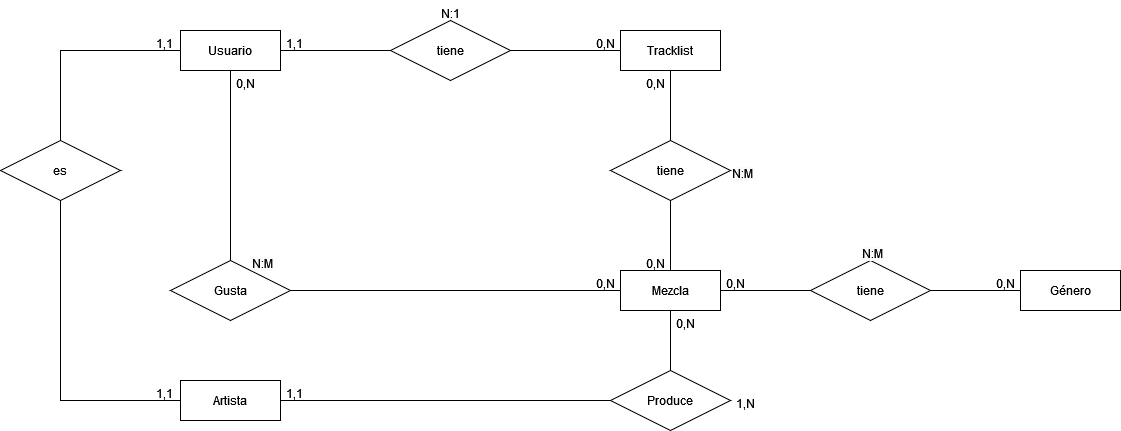
Earlier version of the draw.io export assets/img/Diagrama Entidad Relación GrooveBox.png (LukaLaKuka/GrooveBox). Source tidied: cells renumbered, new cells last; positions are measured from the earlier drawing's top-left corner, leaving out a move shared by most shapes.
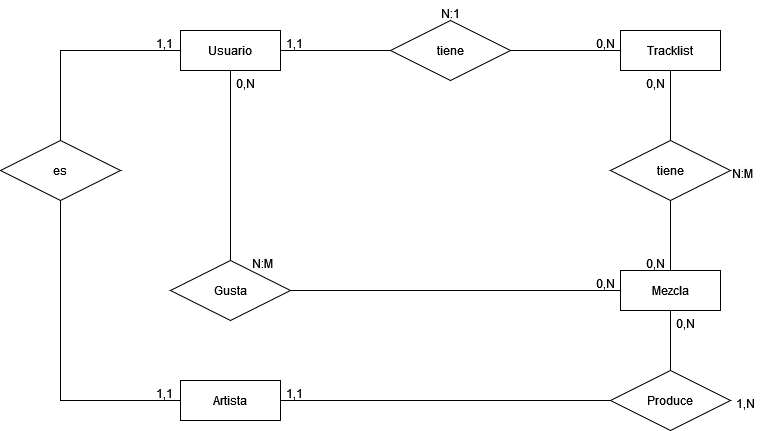
After the commit.

What changed in the source:
```diff
@@ -11,9 +11,6 @@
     <mxCell id="4" value="Tracklist" style="whiteSpace=wrap;html=1;align=center;" parent="1" vertex="1">
       <mxGeometry x="620" y="30" width="100" height="40" as="geometry" />
     </mxCell>
-    <mxCell id="5" value="Género" style="whiteSpace=wrap;html=1;align=center;" parent="1" vertex="1">
-      <mxGeometry x="1020" y="270" width="100" height="40" as="geometry" />
-    </mxCell>
     <mxCell id="6" value="Usuario" style="whiteSpace=wrap;html=1;align=center;" parent="1" vertex="1">
       <mxGeometry x="180" y="30" width="100" height="40" as="geometry" />
     </mxCell>
@@ -41,15 +38,6 @@
     <mxCell id="14" style="endArrow=none;html=1;rounded=0;entryX=0;entryY=0.5;entryDx=0;entryDy=0;exitX=1;exitY=0.5;exitDx=0;exitDy=0;" parent="1" edge="1" source="12" target="3">
       <mxGeometry relative="1" as="geometry" />
     </mxCell>
-    <mxCell id="15" value="tiene" style="shape=rhombus;perimeter=rhombusPerimeter;whiteSpace=wrap;html=1;align=center;" parent="1" vertex="1">
-      <mxGeometry x="810" y="260" width="120" height="60" as="geometry" />
-    </mxCell>
-    <mxCell id="16" style="endArrow=none;html=1;rounded=0;entryX=1;entryY=0.5;entryDx=0;entryDy=0;exitX=0;exitY=0.5;exitDx=0;exitDy=0;" parent="1" edge="1" source="15" target="3">
-      <mxGeometry relative="1" as="geometry" />
-    </mxCell>
-    <mxCell id="17" style="endArrow=none;html=1;rounded=0;exitX=0;exitY=0.5;exitDx=0;exitDy=0;entryX=1;entryY=0.5;entryDx=0;entryDy=0;" parent="1" edge="1" source="5" target="15">
-      <mxGeometry relative="1" as="geometry" />
-    </mxCell>
     <mxCell id="18" value="0,N" style="text;strokeColor=none;fillColor=none;spacingLeft=4;spacingRight=4;overflow=hidden;fontSize=12;whiteSpace=wrap;html=1;" parent="1" vertex="1">
       <mxGeometry x="590" y="30" width="30" height="20" as="geometry" />
     </mxCell>
@@ -68,12 +56,6 @@
     <mxCell id="23" value="0,N" style="text;strokeColor=none;fillColor=none;spacingLeft=4;spacingRight=4;overflow=hidden;fontSize=12;whiteSpace=wrap;html=1;" parent="1" vertex="1">
       <mxGeometry x="230" y="70" width="30" height="20" as="geometry" />
     </mxCell>
-    <mxCell id="24" value="0,N" style="text;strokeColor=none;fillColor=none;spacingLeft=4;spacingRight=4;overflow=hidden;fontSize=12;whiteSpace=wrap;html=1;" parent="1" vertex="1">
-      <mxGeometry x="720" y="270" width="30" height="20" as="geometry" />
-    </mxCell>
-    <mxCell id="25" value="0,N" style="text;strokeColor=none;fillColor=none;spacingLeft=4;spacingRight=4;overflow=hidden;fontSize=12;whiteSpace=wrap;html=1;" parent="1" vertex="1">
-      <mxGeometry x="990" y="270" width="30" height="20" as="geometry" />
-    </mxCell>
     <mxCell id="26" value="N:1" style="text;strokeColor=none;fillColor=none;spacingLeft=4;spacingRight=4;overflow=hidden;fontSize=12;whiteSpace=wrap;html=1;" parent="1" vertex="1">
       <mxGeometry x="435" width="30" height="20" as="geometry" />
     </mxCell>
@@ -83,9 +65,6 @@
     <mxCell id="28" value="&lt;span style=&quot;color: rgb(0, 0, 0); font-family: Helvetica; font-size: 12px; font-style: normal; font-variant-ligatures: normal; font-variant-caps: normal; font-weight: 400; letter-spacing: normal; orphans: 2; text-align: left; text-indent: 0px; text-transform: none; widows: 2; word-spacing: 0px; -webkit-text-stroke-width: 0px; background-color: rgb(251, 251, 251); text-decoration-thickness: initial; text-decoration-style: initial; text-decoration-color: initial; float: none; display: inline !important;&quot;&gt;N:M&lt;/span&gt;" style="text;whiteSpace=wrap;html=1;" parent="1" vertex="1">
       <mxGeometry x="730" y="160" width="25" height="20" as="geometry" />
     </mxCell>
-    <mxCell id="29" value="&lt;span style=&quot;color: rgb(0, 0, 0); font-family: Helvetica; font-size: 12px; font-style: normal; font-variant-ligatures: normal; font-variant-caps: normal; font-weight: 400; letter-spacing: normal; orphans: 2; text-align: left; text-indent: 0px; text-transform: none; widows: 2; word-spacing: 0px; -webkit-text-stroke-width: 0px; background-color: rgb(251, 251, 251); text-decoration-thickness: initial; text-decoration-style: initial; text-decoration-color: initial; float: none; display: inline !important;&quot;&gt;N:M&lt;/span&gt;" style="text;whiteSpace=wrap;html=1;" parent="1" vertex="1">
-      <mxGeometry x="860" y="240" width="25" height="20" as="geometry" />
-    </mxCell>
     <mxCell id="30" value="es" style="shape=rhombus;perimeter=rhombusPerimeter;whiteSpace=wrap;html=1;align=center;" parent="1" vertex="1">
       <mxGeometry y="140" width="120" height="60" as="geometry" />
     </mxCell>
```
